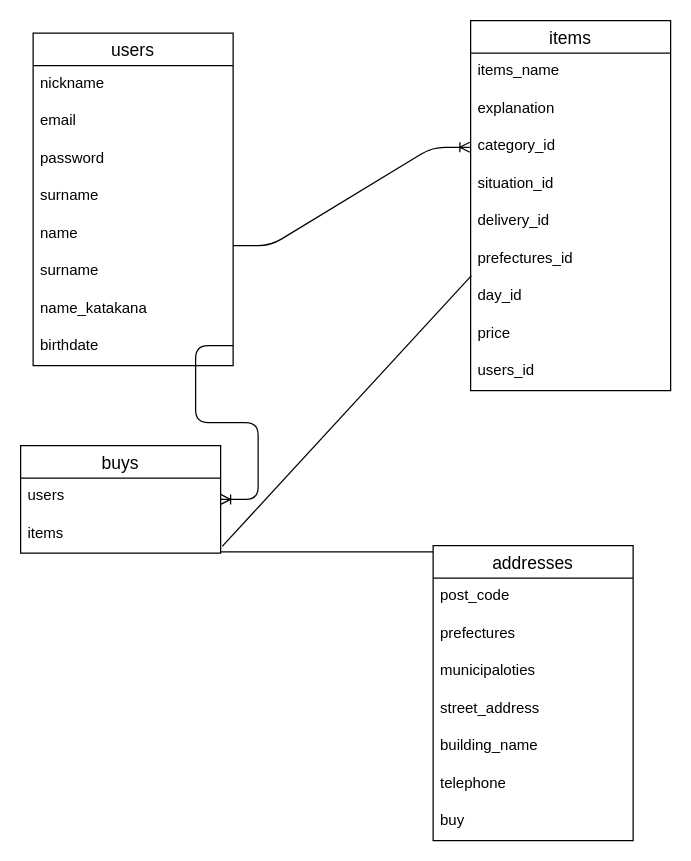
hakata58/furima-40413 keeps this draw.io diagram as test.dio. Above is the earlier version. Source tidied: cells renumbered, new cells numbered last; positions are measured from the earlier drawing's top-left corner, leaving out a move shared by most shapes. Both pictures are drawn from the tidied source at 125%, with x=0, y=0 at pixel (20, 20).
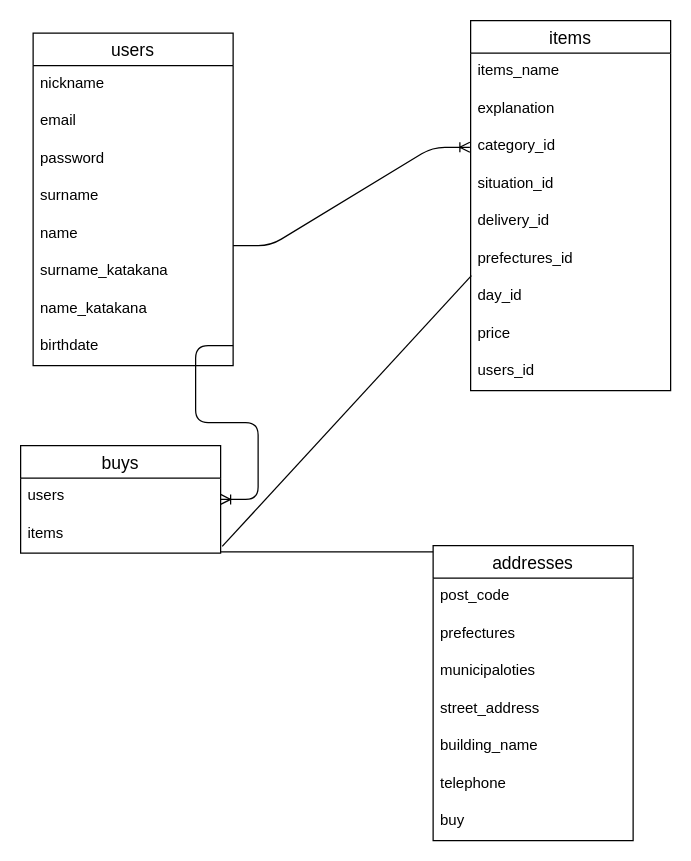
The same page after the edit.

Unchanged cells that the change refers to:
```xml
<mxCell id="2" value="users" style="swimlane;fontStyle=0;horizontal=1;startSize=26;align=center;fontSize=14;" parent="1" vertex="1">
  <mxGeometry x="10" y="10" width="160" height="266" as="geometry" />
</mxCell>
```

The edit, as a diff of the source:
```diff
@@
-    <mxCell id="8" value="surname" style="text;strokeColor=none;fillColor=none;spacingLeft=4;spacingRight=4;overflow=hidden;fontSize=12;" parent="2" vertex="1">
+    <mxCell id="8" value="surname_katakana" style="text;strokeColor=none;fillColor=none;spacingLeft=4;spacingRight=4;overflow=hidden;fontSize=12;" parent="2" vertex="1">
       <mxGeometry y="176" width="160" height="30" as="geometry" />
     </mxCell>
```
